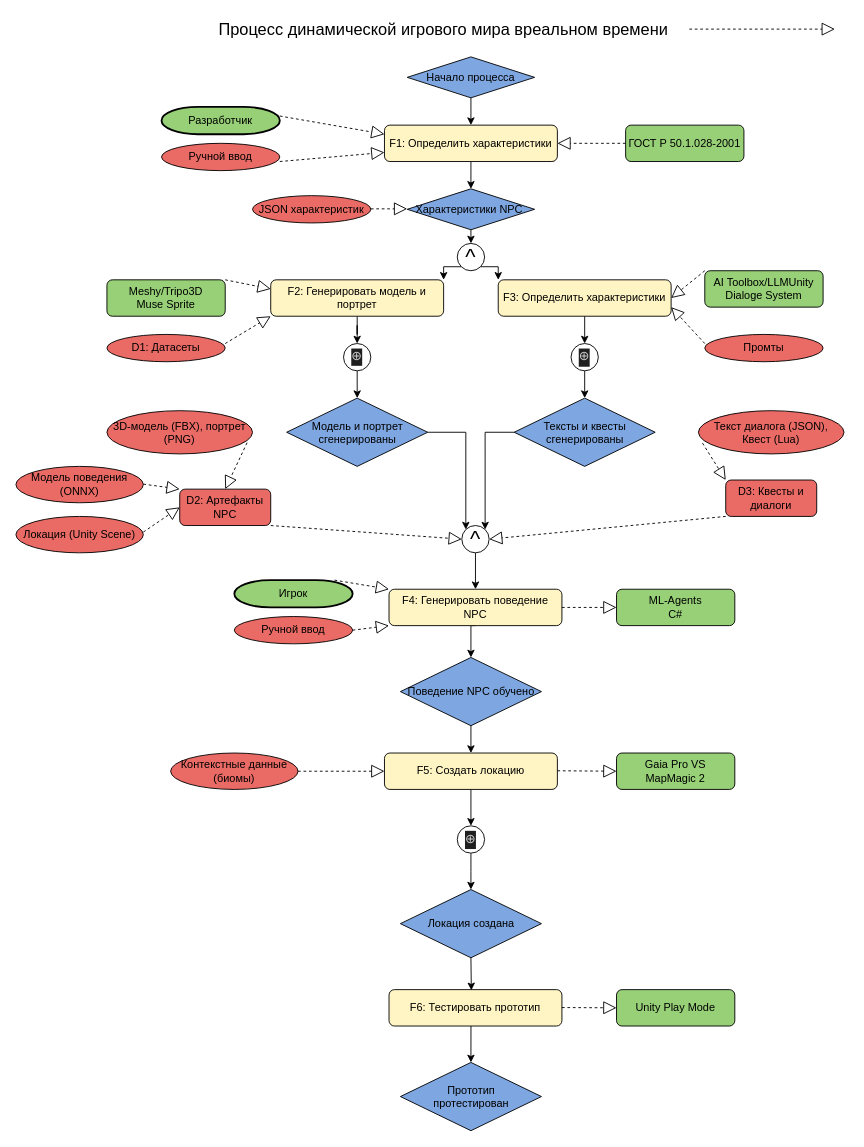
The draw.io diagram EPC.drawio in Slavik993/Diplom_Shebanov_2026, before the edit. Source tidied: cells renumbered, new cells numbered last; positions are measured from the earlier drawing's top-left corner, leaving out a move shared by most shapes. Both pictures are drawn from the tidied source at 91%, with x=0, y=0 at pixel (15, 15).
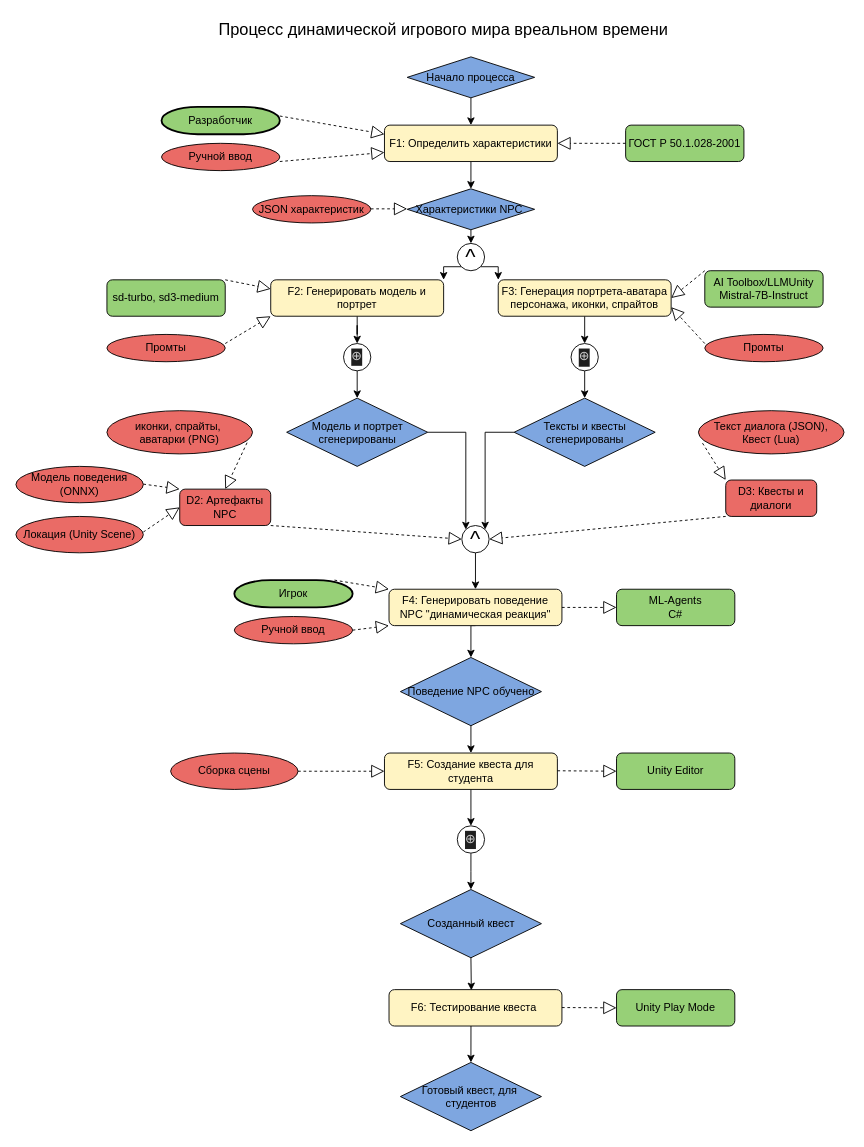
The same page after the edit.

The edit, as a diff of the source:
```diff
@@
-    <mxCell id="12" style="endArrow=block;dashed=1;endFill=0;endSize=12;html=1;rounded=0;" parent="1" edge="1">
-      <mxGeometry relative="1" as="geometry">
-        <mxPoint x="740" y="14.5" as="sourcePoint" />
-        <mxPoint x="900" y="14.5" as="targetPoint" />
-      </mxGeometry>
-    </mxCell>
@@
-    <mxCell id="24" value="F3: Определить характеристики" style="rounded=1;whiteSpace=wrap;html=1;fillColor=#FFF4C3;" parent="1" vertex="1">
+    <mxCell id="24" value="F3: Генерация портрета-аватара персонажа, иконки, спрайтов" style="rounded=1;whiteSpace=wrap;html=1;fillColor=#FFF4C3;" parent="1" vertex="1">
       <mxGeometry x="530" y="290" width="190" height="40" as="geometry" />
     </mxCell>
-    <mxCell id="25" value="Meshy/Tripo3D&lt;br&gt;Muse Sprite" style="rounded=1;whiteSpace=wrap;html=1;fillColor=#97D077;" parent="1" vertex="1">
+    <mxCell id="25" value="sd-turbo, sd3-medium" style="rounded=1;whiteSpace=wrap;html=1;fillColor=#97D077;" parent="1" vertex="1">
       <mxGeometry x="100" y="290" width="130" height="40" as="geometry" />
     </mxCell>
-    <mxCell id="26" value="D1: Датасеты" style="ellipse;whiteSpace=wrap;html=1;fillColor=#EA6B66;" parent="1" vertex="1">
+    <mxCell id="26" value="Промты" style="ellipse;whiteSpace=wrap;html=1;fillColor=#EA6B66;" parent="1" vertex="1">
       <mxGeometry x="100" y="350" width="130" height="30" as="geometry" />
     </mxCell>
@@
-    <mxCell id="29" value="AI Toolbox/LLMUnity&lt;br&gt;Dialoge System" style="rounded=1;whiteSpace=wrap;html=1;fillColor=#97D077;" parent="1" vertex="1">
+    <mxCell id="29" value="AI Toolbox/LLMUnity&lt;br&gt;Mistral-7B-Instruct" style="rounded=1;whiteSpace=wrap;html=1;fillColor=#97D077;" parent="1" vertex="1">
       <mxGeometry x="757" y="280" width="130" height="40" as="geometry" />
     </mxCell>
@@
-    <mxCell id="47" value="3D-модель (FBX), портрет (PNG)" style="ellipse;whiteSpace=wrap;html=1;fillColor=#EA6B66;" parent="1" vertex="1">
+    <mxCell id="47" value="иконки, спрайты,&amp;nbsp;&lt;div&gt;аватарки (PNG)&lt;/div&gt;" style="ellipse;whiteSpace=wrap;html=1;fillColor=#EA6B66;" parent="1" vertex="1">
       <mxGeometry x="100" y="433.8" width="160" height="47.5" as="geometry" />
     </mxCell>
@@
-    <mxCell id="52" value="F4: Генерировать поведение NPC" style="rounded=1;whiteSpace=wrap;html=1;fillColor=#FFF4C3;" parent="1" vertex="1">
+    <mxCell id="52" value="F4: Генерировать поведение NPC &quot;динамическая реакция&quot;" style="rounded=1;whiteSpace=wrap;html=1;fillColor=#FFF4C3;" parent="1" vertex="1">
       <mxGeometry x="410" y="630" width="190" height="40" as="geometry" />
     </mxCell>
@@
-    <mxCell id="61" value="Контекстные данные (биомы)" style="ellipse;whiteSpace=wrap;html=1;fillColor=#EA6B66;" parent="1" vertex="1">
+    <mxCell id="61" value="Сборка сцены" style="ellipse;whiteSpace=wrap;html=1;fillColor=#EA6B66;" parent="1" vertex="1">
       <mxGeometry x="170" y="810" width="140" height="40" as="geometry" />
     </mxCell>
@@
-    <mxCell id="67" value="F5: Создать локацию" style="rounded=1;whiteSpace=wrap;html=1;fillColor=#FFF4C3;" parent="1" vertex="1">
+    <mxCell id="67" value="F5: Создание квеста для студента" style="rounded=1;whiteSpace=wrap;html=1;fillColor=#FFF4C3;" parent="1" vertex="1">
       <mxGeometry x="405" y="810" width="190" height="40" as="geometry" />
     </mxCell>
@@
-    <mxCell id="69" value="Gaia Pro VS&lt;div&gt;MapMagic 2&lt;/div&gt;" style="rounded=1;whiteSpace=wrap;html=1;fillColor=#97D077;" parent="1" vertex="1">
+    <mxCell id="69" value="Unity Editor" style="rounded=1;whiteSpace=wrap;html=1;fillColor=#97D077;" parent="1" vertex="1">
       <mxGeometry x="660" y="810" width="130" height="40" as="geometry" />
     </mxCell>
@@
-    <mxCell id="73" value="Локация создана" style="rhombus;whiteSpace=wrap;html=1;fillColor=#7EA6E0;" parent="1" vertex="1">
+    <mxCell id="73" value="Созданный квест" style="rhombus;whiteSpace=wrap;html=1;fillColor=#7EA6E0;" parent="1" vertex="1">
       <mxGeometry x="422.5" y="960" width="155" height="75" as="geometry" />
     </mxCell>
-    <mxCell id="74" value="F6: Тестировать прототип" style="rounded=1;whiteSpace=wrap;html=1;fillColor=#FFF4C3;" parent="1" vertex="1">
+    <mxCell id="74" value="F6: Тестирование квеста&amp;nbsp;" style="rounded=1;whiteSpace=wrap;html=1;fillColor=#FFF4C3;" parent="1" vertex="1">
       <mxGeometry x="410" y="1070" width="190" height="40" as="geometry" />
     </mxCell>
-    <mxCell id="75" value="Прототип&lt;br&gt;протестирован" style="rhombus;whiteSpace=wrap;html=1;fillColor=#7EA6E0;" parent="1" vertex="1">
+    <mxCell id="75" value="Готовый квест, для&amp;nbsp;&lt;div&gt;студентов&lt;/div&gt;" style="rhombus;whiteSpace=wrap;html=1;fillColor=#7EA6E0;" parent="1" vertex="1">
       <mxGeometry x="422.5" y="1150" width="155" height="75" as="geometry" />
     </mxCell>
```
